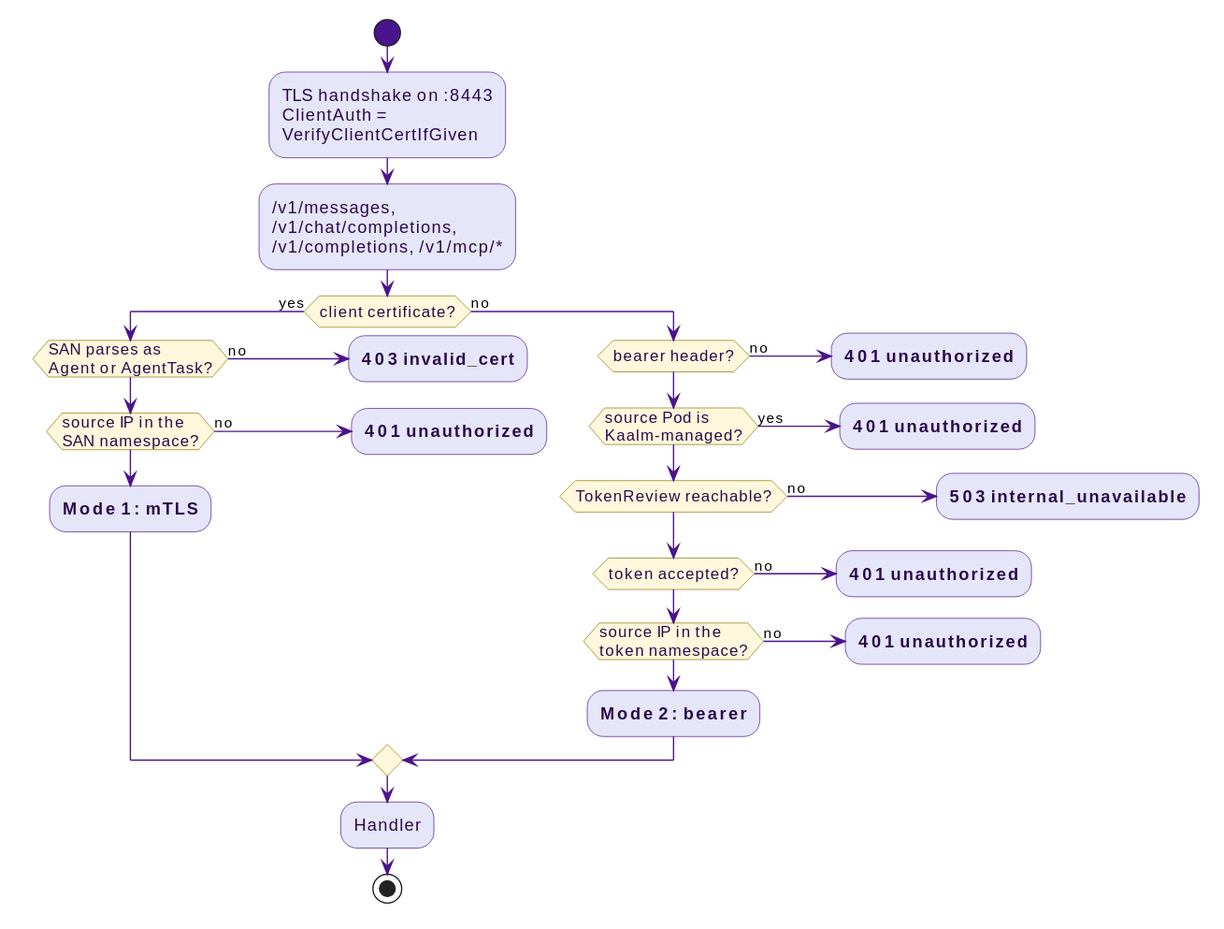
Before: docs/src/diagrams/per-path-auth-dual-mode.svg, a diagram exported from PlantUML (win07xp/kaalm).
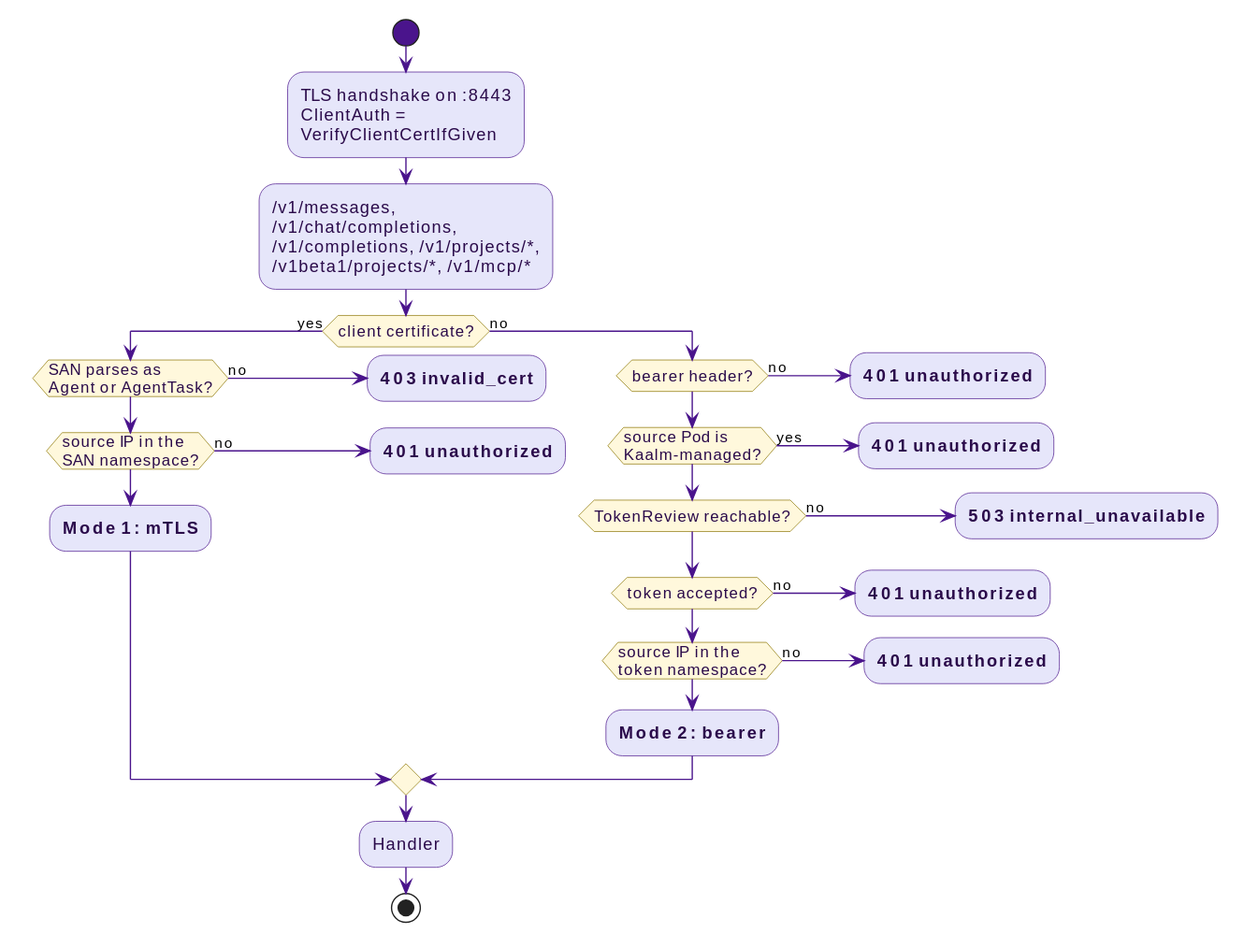
After the change.

Diff of the diagram source:
```diff
@@ -3,7 +3,7 @@
 
 start
 :TLS handshake on :8443\nClientAuth = VerifyClientCertIfGiven;
-:/v1/messages, /v1/chat/completions,\n/v1/completions, /v1/mcp/*;
+:/v1/messages, /v1/chat/completions,\n/v1/completions, /v1/projects/*,\n/v1beta1/projects/*, /v1/mcp/*;
 if (client certificate?) then (yes)
   if (SAN parses as\nAgent or AgentTask?) then (no)
     :**403 invalid_cert**;
```
